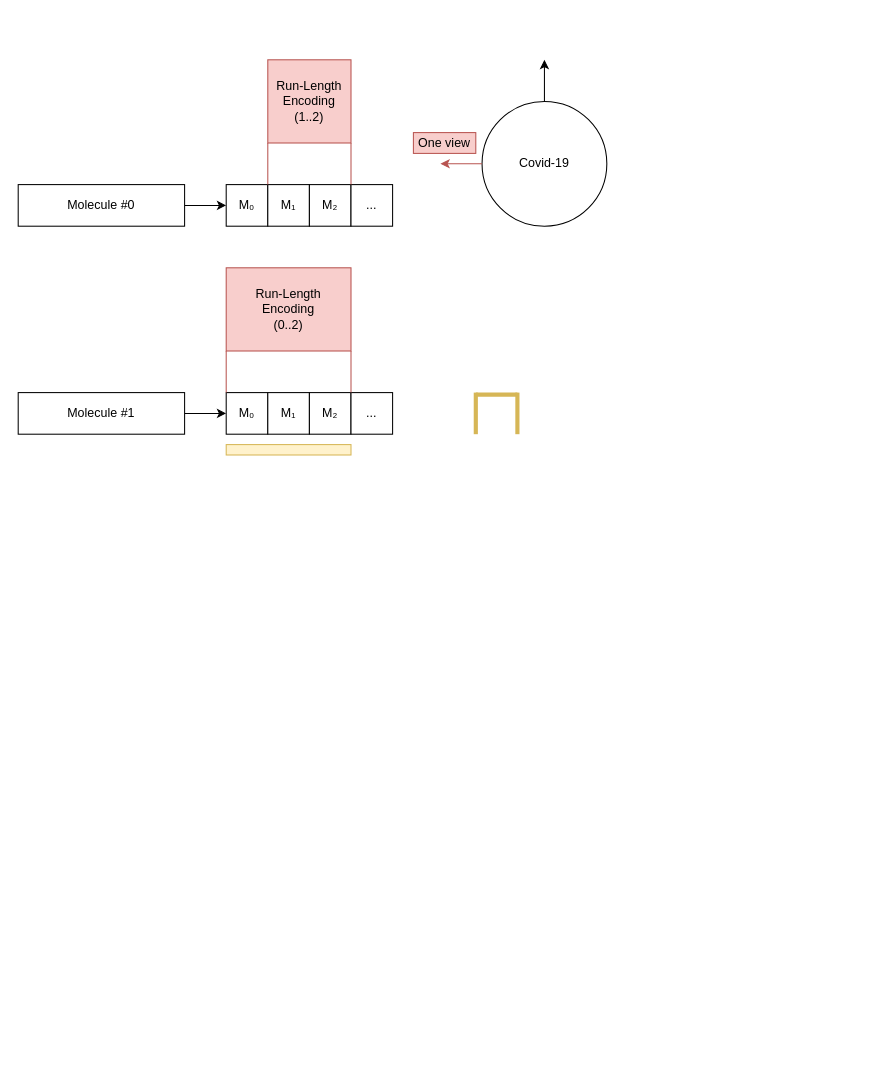
The draw.io diagram occlusion_preprocess/idea.drawio in MatusT/master-thesis, before the edit. Source tidied: cells renumbered, new cells numbered last; positions are measured from the earlier drawing's top-left corner, leaving out a move shared by most shapes. Both pictures are drawn from the tidied source at 104%, with x=0, y=0 at pixel (18, 59).
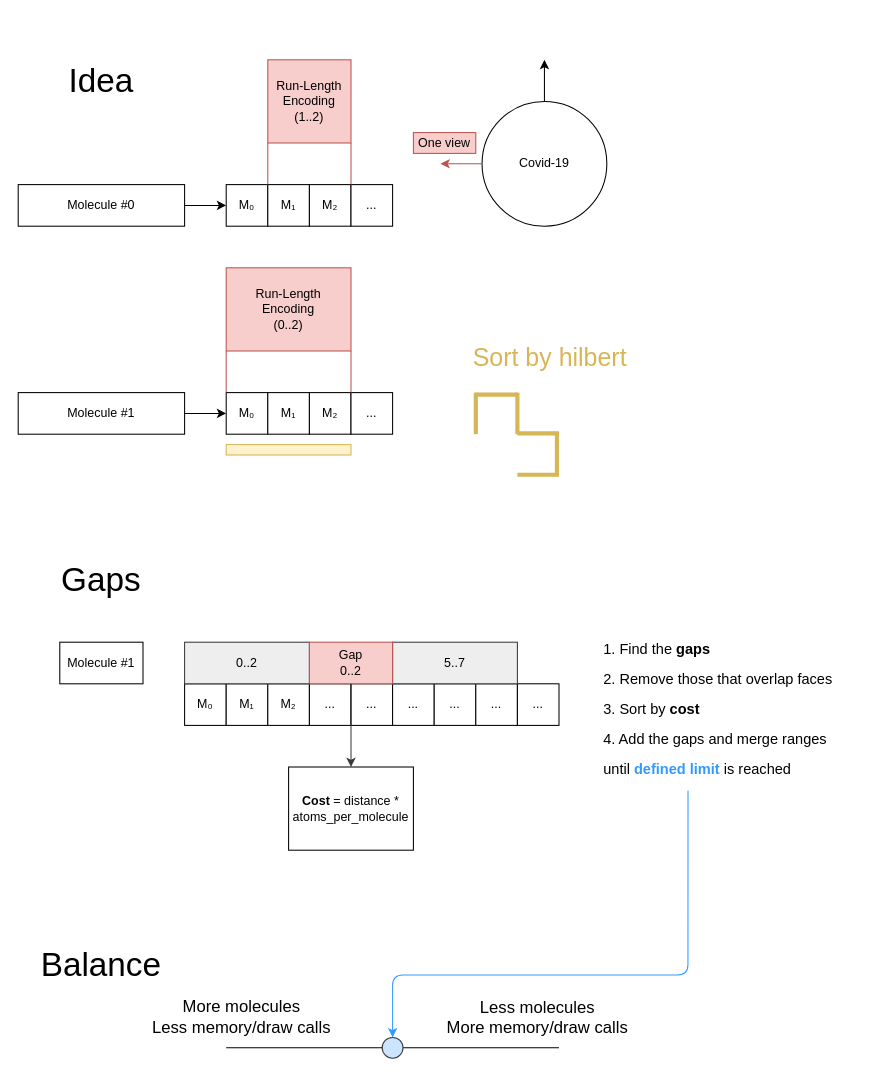
The same diagram, later.

What changed in the source:
```diff
@@
-    <mxCell id="24" style="rounded=0;whiteSpace=wrap;html=1;fillColor=#fff2cc;strokeColor=#d6b656;" parent="1" vertex="1">
+    <mxCell id="24" style="rounded=0;whiteSpace=wrap;html=1;fillColor=#fff2cc;strokeColor=#D6B656;" parent="1" vertex="1">
       <mxGeometry x="200" y="370" width="120" height="10" as="geometry" />
     </mxCell>
@@
+    <mxCell id="28" value="Gaps" style="text;html=1;strokeColor=none;fillColor=none;align=center;verticalAlign=middle;whiteSpace=wrap;rounded=0;fontSize=32;" parent="1" vertex="1">
+      <mxGeometry y="440" width="160" height="120" as="geometry" />
+    </mxCell>
+    <mxCell id="29" value="Idea" style="text;html=1;strokeColor=none;fillColor=none;align=center;verticalAlign=middle;whiteSpace=wrap;rounded=0;fontSize=32;" parent="1" vertex="1">
+      <mxGeometry y="-40" width="160" height="120" as="geometry" />
+    </mxCell>
+    <mxCell id="30" value="M₀" style="rounded=0;whiteSpace=wrap;html=1;" parent="1" vertex="1">
+      <mxGeometry x="160" y="600" width="40" height="40" as="geometry" />
+    </mxCell>
+    <mxCell id="31" value="M₁" style="rounded=0;whiteSpace=wrap;html=1;" parent="1" vertex="1">
+      <mxGeometry x="200" y="600" width="40" height="40" as="geometry" />
+    </mxCell>
+    <mxCell id="32" value="M₂" style="rounded=0;whiteSpace=wrap;html=1;" parent="1" vertex="1">
+      <mxGeometry x="240" y="600" width="40" height="40" as="geometry" />
+    </mxCell>
+    <mxCell id="33" value="..." style="rounded=0;whiteSpace=wrap;html=1;" parent="1" vertex="1">
+      <mxGeometry x="280" y="600" width="40" height="40" as="geometry" />
+    </mxCell>
+    <mxCell id="34" value="0..2" style="rounded=0;whiteSpace=wrap;html=1;fillColor=#eeeeee;strokeColor=#36393d;" parent="1" vertex="1">
+      <mxGeometry x="160" y="560" width="120" height="40" as="geometry" />
+    </mxCell>
+    <mxCell id="35" value="Molecule #1" style="rounded=0;whiteSpace=wrap;html=1;" parent="1" vertex="1">
+      <mxGeometry x="40" y="560" width="80" height="40" as="geometry" />
+    </mxCell>
+    <mxCell id="36" value="..." style="rounded=0;whiteSpace=wrap;html=1;" parent="1" vertex="1">
+      <mxGeometry x="320" y="600" width="40" height="40" as="geometry" />
+    </mxCell>
+    <mxCell id="37" value="..." style="rounded=0;whiteSpace=wrap;html=1;" parent="1" vertex="1">
+      <mxGeometry x="360" y="600" width="40" height="40" as="geometry" />
+    </mxCell>
+    <mxCell id="38" value="..." style="rounded=0;whiteSpace=wrap;html=1;" parent="1" vertex="1">
+      <mxGeometry x="400" y="600" width="40" height="40" as="geometry" />
+    </mxCell>
+    <mxCell id="39" value="..." style="rounded=0;whiteSpace=wrap;html=1;" parent="1" vertex="1">
+      <mxGeometry x="440" y="600" width="40" height="40" as="geometry" />
+    </mxCell>
+    <mxCell id="40" value="..." style="rounded=0;whiteSpace=wrap;html=1;" parent="1" vertex="1">
+      <mxGeometry x="480" y="600" width="40" height="40" as="geometry" />
+    </mxCell>
+    <mxCell id="41" value="5..7" style="rounded=0;whiteSpace=wrap;html=1;fillColor=#eeeeee;strokeColor=#36393d;" parent="1" vertex="1">
+      <mxGeometry x="360" y="560" width="120" height="40" as="geometry" />
+    </mxCell>
+    <mxCell id="42" value="Gap&lt;br&gt;0..2" style="rounded=0;whiteSpace=wrap;html=1;fillColor=#f8cecc;strokeColor=#b85450;" parent="1" vertex="1">
+      <mxGeometry x="280" y="560" width="80" height="40" as="geometry" />
+    </mxCell>
+    <mxCell id="43" style="endArrow=classic;html=1;fontSize=24;exitX=1;exitY=0;exitDx=0;exitDy=0;fillColor=#ffcccc;strokeColor=#36393d;" parent="1" edge="1" source="33">
+      <mxGeometry relative="1" as="geometry">
+        <mxPoint x="320" y="680" as="targetPoint" />
+      </mxGeometry>
+    </mxCell>
+    <mxCell id="44" value="&lt;b&gt;Cost&lt;/b&gt; = distance * atoms_per_molecule" style="rounded=0;whiteSpace=wrap;html=1;" parent="1" vertex="1">
+      <mxGeometry x="260" y="680" width="120" height="80" as="geometry" />
+    </mxCell>
+    <mxCell id="45" value="&lt;font style=&quot;font-size: 14px&quot;&gt;1. Find the &lt;b&gt;gaps&lt;/b&gt;&lt;br&gt;2. Remove those that overlap faces&lt;br&gt;3. Sort by &lt;b&gt;cost&lt;/b&gt;&lt;br&gt;4. Add the gaps and merge ranges until &lt;b&gt;&lt;font color=&quot;#3399ff&quot;&gt;defined limit&lt;/font&gt;&lt;/b&gt; is reached&lt;br&gt;&lt;/font&gt;" style="text;html=1;strokeColor=none;fillColor=none;align=left;verticalAlign=top;whiteSpace=wrap;rounded=0;fontSize=24;" parent="1" vertex="1">
+      <mxGeometry x="561" y="543" width="240" height="160" as="geometry" />
+    </mxCell>
+    <mxCell id="46" style="endArrow=none;html=1;fillColor=#fff2cc;strokeColor=#d6b656;strokeWidth=4;rounded=0;" parent="1" edge="1">
+      <mxGeometry relative="1" as="geometry">
+        <mxPoint x="520" y="359.2" as="sourcePoint" />
+        <mxPoint x="480" y="359.2" as="targetPoint" />
+      </mxGeometry>
+    </mxCell>
+    <mxCell id="47" style="endArrow=none;html=1;fillColor=#fff2cc;strokeColor=#d6b656;strokeWidth=4;rounded=0;" parent="1" edge="1">
+      <mxGeometry relative="1" as="geometry">
+        <mxPoint x="518" y="400" as="sourcePoint" />
+        <mxPoint x="518" y="360" as="targetPoint" />
+      </mxGeometry>
+    </mxCell>
+    <mxCell id="48" style="endArrow=none;html=1;fillColor=#fff2cc;strokeColor=#d6b656;strokeWidth=4;rounded=0;" parent="1" edge="1">
+      <mxGeometry relative="1" as="geometry">
+        <mxPoint x="520" y="399" as="sourcePoint" />
+        <mxPoint x="480" y="399" as="targetPoint" />
+      </mxGeometry>
+    </mxCell>
+    <mxCell id="49" value="Sort by hilbert" style="text;html=1;align=center;verticalAlign=middle;whiteSpace=wrap;rounded=0;fontSize=24;fontColor=#D6B656;" parent="1" vertex="1">
+      <mxGeometry x="432" y="277" width="159" height="20" as="geometry" />
+    </mxCell>
+    <mxCell id="50" value="Balance" style="text;html=1;strokeColor=none;fillColor=none;align=center;verticalAlign=middle;whiteSpace=wrap;rounded=0;fontSize=32;" parent="1" vertex="1">
+      <mxGeometry y="810" width="160" height="120" as="geometry" />
+    </mxCell>
+    <mxCell id="51" style="endArrow=none;html=1;fontSize=32;fontColor=#D6B656;" parent="1" edge="1" source="52">
+      <mxGeometry relative="1" as="geometry">
+        <mxPoint x="520" y="950" as="targetPoint" />
+      </mxGeometry>
+    </mxCell>
+    <mxCell id="52" style="ellipse;whiteSpace=wrap;html=1;fontSize=32;align=left;fillColor=#cce5ff;strokeColor=#36393d;" parent="1" vertex="1">
+      <mxGeometry x="350" y="940" width="20" height="20" as="geometry" />
+    </mxCell>
+    <mxCell id="53" style="endArrow=none;html=1;fontSize=32;fontColor=#D6B656;" parent="1" edge="1" target="52">
+      <mxGeometry relative="1" as="geometry">
+        <mxPoint x="200" y="950" as="sourcePoint" />
+      </mxGeometry>
+    </mxCell>
+    <mxCell id="54" style="endArrow=classic;html=1;fontSize=32;fontColor=#D6B656;exitX=0.346;exitY=0.997;exitDx=0;exitDy=0;exitPerimeter=0;entryX=0.5;entryY=0;entryDx=0;entryDy=0;fillColor=#cce5ff;strokeColor=#3399FF;" parent="1" edge="1" source="45" target="52">
+      <mxGeometry relative="1" as="geometry">
+        <Array as="points">
+          <mxPoint x="644" y="880" />
+          <mxPoint x="360" y="880" />
+        </Array>
+      </mxGeometry>
+    </mxCell>
+    <mxCell id="55" value="&lt;div style=&quot;font-size: 16px;&quot;&gt;Less molecules&lt;/div&gt;&lt;div style=&quot;font-size: 16px;&quot;&gt;More memory/draw calls&lt;/div&gt;&lt;div style=&quot;font-size: 16px;&quot;&gt;&lt;br style=&quot;font-size: 16px;&quot;&gt;&lt;/div&gt;" style="text;html=1;strokeColor=none;fillColor=none;align=center;verticalAlign=middle;whiteSpace=wrap;rounded=0;fontSize=16;fontColor=#000000;labelBackgroundColor=none;" parent="1" vertex="1">
+      <mxGeometry x="408" y="900" width="183" height="60" as="geometry" />
+    </mxCell>
+    <mxCell id="56" value="&lt;div style=&quot;font-size: 16px&quot;&gt;More molecules&lt;/div&gt;&lt;div style=&quot;font-size: 16px&quot;&gt;Less memory/draw calls&lt;/div&gt;" style="text;html=1;strokeColor=none;fillColor=none;align=center;verticalAlign=middle;whiteSpace=wrap;rounded=0;fontSize=16;fontColor=#000000;labelBackgroundColor=none;" parent="1" vertex="1">
+      <mxGeometry x="110" y="890" width="210" height="60" as="geometry" />
+    </mxCell>
```
